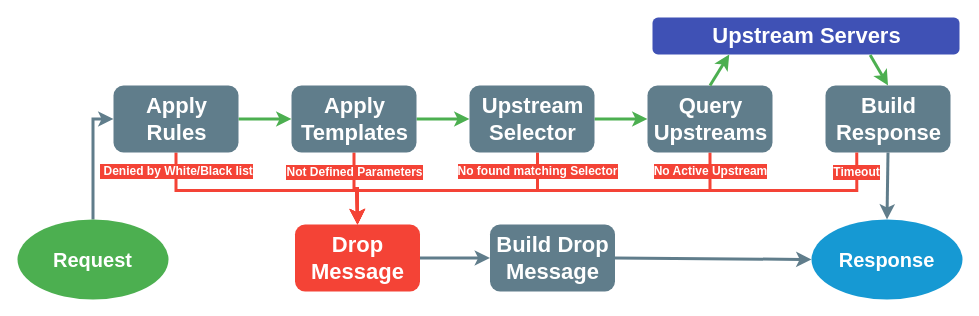
This is docs/data/msg_process_path.drawio from RcRonco/Hoopoe, a draw.io file, before an edit. Source tidied: cells renumbered, new cells numbered last; positions are measured from the earlier drawing's top-left corner, leaving out a move shared by most shapes. Both pictures are drawn from the tidied source at 100%, with x=0, y=0 at pixel (17, 17).
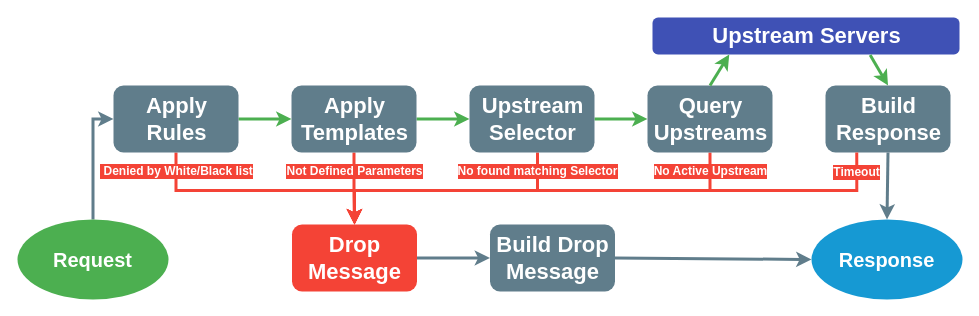
Above is the later version.

Unchanged cells that the change refers to:
```xml
<mxCell id="7" value="Apply &lt;br&gt;Rules" style="rounded=1;fillColor=#607D8B;strokeColor=none;strokeWidth=3;shadow=0;html=1;fontColor=#FFFFFF;fontStyle=1;fontSize=22;" parent="1" vertex="1">
  <mxGeometry x="96" y="68" width="125" height="67" as="geometry" />
</mxCell>
<mxCell id="10" value="Apply&lt;br&gt;Templates&lt;br&gt;" style="rounded=1;fillColor=#607D8B;strokeColor=none;strokeWidth=3;shadow=0;html=1;fontColor=#FFFFFF;fontStyle=1;fontSize=22;" parent="1" vertex="1">
  <mxGeometry x="274" y="68" width="125" height="67" as="geometry" />
</mxCell>
<mxCell id="13" value="Upstream&lt;br&gt;Selector&lt;br&gt;" style="rounded=1;fillColor=#607D8B;strokeColor=none;strokeWidth=3;shadow=0;html=1;fontColor=#FFFFFF;fontStyle=1;fontSize=22;" parent="1" vertex="1">
  <mxGeometry x="452" y="68" width="125" height="67" as="geometry" />
</mxCell>
```

What changed in the source:
```diff
@@
-    <mxCell id="6" value="&amp;nbsp;Denied by White/Black list" style="edgeStyle=orthogonalEdgeStyle;rounded=0;jettySize=auto;html=1;exitX=0.5;exitY=1;exitDx=0;exitDy=0;entryX=0.5;entryY=0;entryDx=0;entryDy=0;fontSize=12;fontColor=#FFFFFF;labelBackgroundColor=#F44336;strokeColor=#F44336;strokeWidth=3;fontStyle=1;shadow=0;" parent="1" edge="1" source="7" target="15">
+    <mxCell id="6" value="&amp;nbsp;Denied by White/Black list" style="edgeStyle=orthogonalEdgeStyle;rounded=0;jettySize=auto;html=1;exitX=0.5;exitY=1;exitDx=0;exitDy=0;fontSize=12;fontColor=#FFFFFF;labelBackgroundColor=#F44336;strokeColor=#F44336;strokeWidth=3;fontStyle=1;shadow=0;entryX=0.5;entryY=0;entryDx=0;entryDy=0;" parent="1" edge="1" source="7" target="15">
       <mxGeometry x="-0.85" relative="1" as="geometry">
         <Array as="points">
           <mxPoint x="158" y="173" />
-          <mxPoint x="339" y="173" />
+          <mxPoint x="337" y="173" />
         </Array>
       </mxGeometry>
     </mxCell>
@@
-    <mxCell id="9" value="Not Defined Parameters" style="edgeStyle=orthogonalEdgeStyle;rounded=0;jettySize=auto;html=1;exitX=0.5;exitY=1;exitDx=0;exitDy=0;fontSize=12;entryX=0.5;entryY=0;entryDx=0;entryDy=0;labelBackgroundColor=#F44336;fontColor=#FFFFFF;strokeColor=#F44336;strokeWidth=3;fontStyle=1;shadow=0;" parent="1" edge="1" source="10" target="15">
-      <mxGeometry x="-0.48" relative="1" as="geometry" />
+    <mxCell id="9" value="Not Defined Parameters" style="edgeStyle=orthogonalEdgeStyle;rounded=0;jettySize=auto;html=1;exitX=0.5;exitY=1;exitDx=0;exitDy=0;fontSize=12;labelBackgroundColor=#F44336;fontColor=#FFFFFF;strokeColor=#F44336;strokeWidth=3;fontStyle=1;shadow=0;entryX=0.5;entryY=0;entryDx=0;entryDy=0;" parent="1" edge="1" source="10" target="15">
+      <mxGeometry x="-0.48" relative="1" as="geometry">
+        <Array as="points">
+          <mxPoint x="337" y="178" />
+          <mxPoint x="337" y="188" />
+        </Array>
+      </mxGeometry>
     </mxCell>
@@
-    <mxCell id="11" value="No found matching Selector" style="edgeStyle=orthogonalEdgeStyle;rounded=0;jettySize=auto;html=1;entryX=0.5;entryY=0;entryDx=0;entryDy=0;fontSize=12;fontColor=#FFFFFF;labelBackgroundColor=#F44336;strokeColor=#F44336;strokeWidth=3;fontStyle=1;shadow=0;" parent="1" edge="1" source="13" target="15">
+    <mxCell id="11" value="No found matching Selector" style="edgeStyle=orthogonalEdgeStyle;rounded=0;jettySize=auto;html=1;fontSize=12;fontColor=#FFFFFF;labelBackgroundColor=#F44336;strokeColor=#F44336;strokeWidth=3;fontStyle=1;shadow=0;entryX=0.5;entryY=0;entryDx=0;entryDy=0;" parent="1" edge="1" source="13" target="15">
       <mxGeometry x="-0.85" relative="1" as="geometry">
         <Array as="points">
           <mxPoint x="520" y="173" />
-          <mxPoint x="339" y="173" />
+          <mxPoint x="337" y="173" />
         </Array>
       </mxGeometry>
     </mxCell>
@@
     <mxCell id="15" value="Drop&lt;br&gt;Message&lt;br&gt;" style="rounded=1;fillColor=#F44336;strokeColor=none;strokeWidth=3;shadow=0;html=1;fontColor=#FFFFFF;fontStyle=1;fontSize=22;" parent="1" vertex="1">
-      <mxGeometry x="277.5" y="207" width="125" height="67" as="geometry" />
+      <mxGeometry x="274.5" y="207" width="125" height="67" as="geometry" />
     </mxCell>
```
